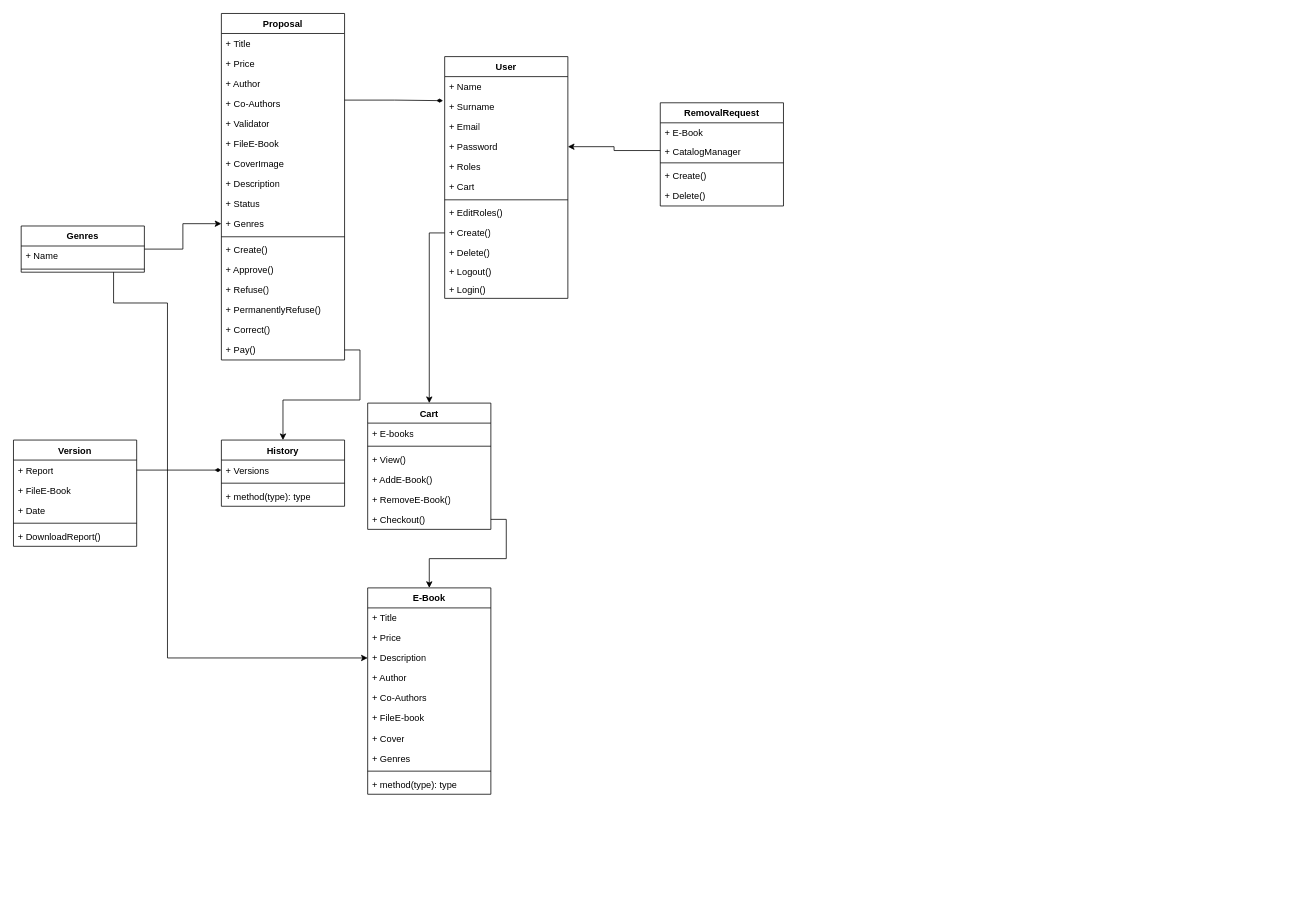
Earlier version of the draw.io diagram Deliverables/ClassDiagram.drawio (Dabi1290/BookVerse). Source tidied: cells renumbered, new cells numbered last; positions are measured from the earlier drawing's top-left corner, leaving out a move shared by most shapes. Both pictures are drawn from the tidied source at 77%, with x=0, y=0 at pixel (13, 13).
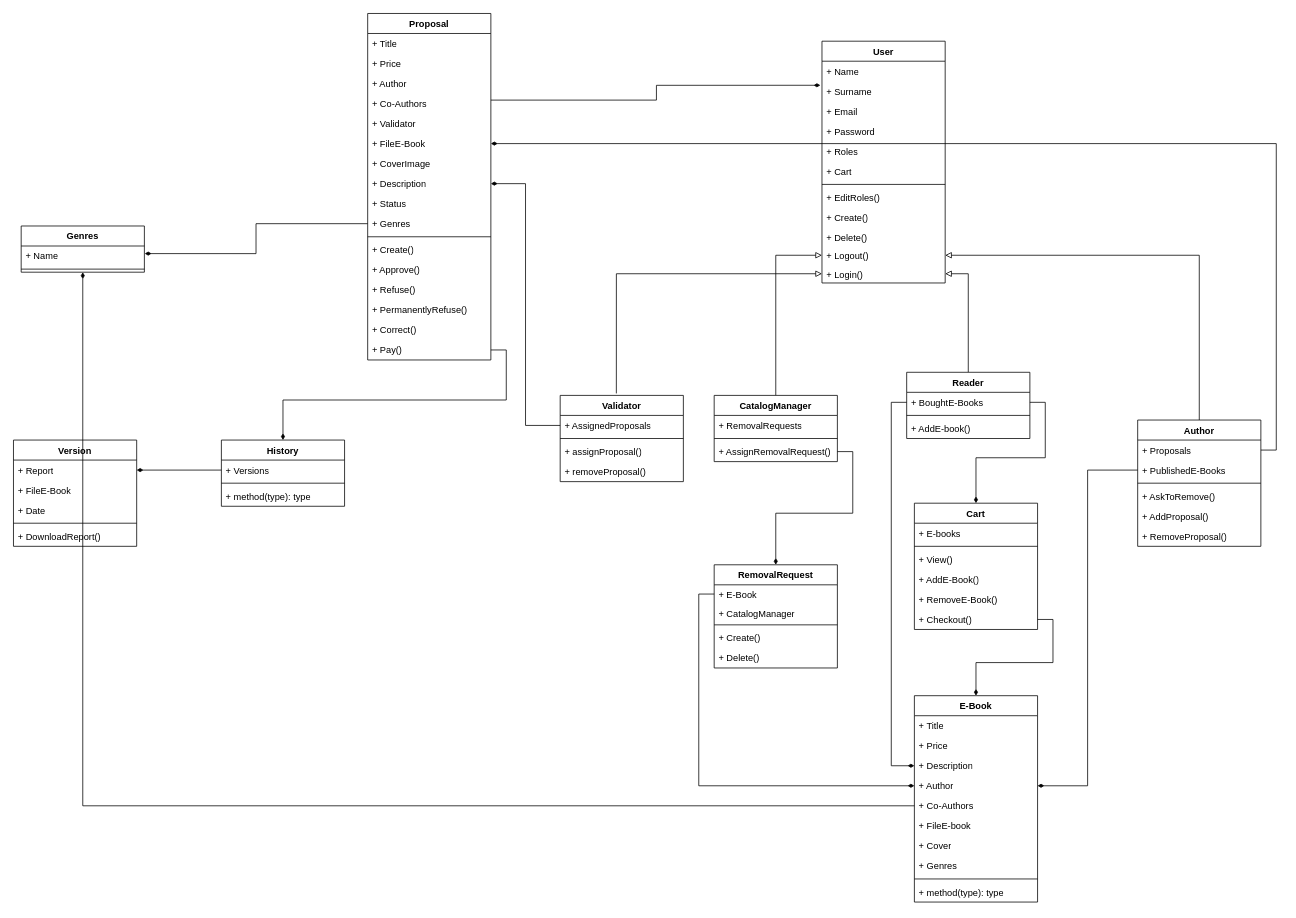
The same page after the edit.

Unchanged cells that the change refers to:
```xml
<mxCell id="8" value="+ FileE-Book" style="text;strokeColor=none;fillColor=none;align=left;verticalAlign=top;spacingLeft=4;spacingRight=4;overflow=hidden;points=[[0,0.5],[1,0.5]];portConstraint=eastwest;whiteSpace=wrap;html=1;" parent="2" vertex="1">
  <mxGeometry y="156" width="160" height="26" as="geometry" />
</mxCell>
<mxCell id="10" value="+ Description" style="text;strokeColor=none;fillColor=none;align=left;verticalAlign=top;spacingLeft=4;spacingRight=4;overflow=hidden;points=[[0,0.5],[1,0.5]];portConstraint=eastwest;whiteSpace=wrap;html=1;" parent="2" vertex="1">
  <mxGeometry y="208" width="160" height="26" as="geometry" />
</mxCell>
<mxCell id="12" value="+ Genres" style="text;strokeColor=none;fillColor=none;align=left;verticalAlign=top;spacingLeft=4;spacingRight=4;overflow=hidden;points=[[0,0.5],[1,0.5]];portConstraint=eastwest;whiteSpace=wrap;html=1;" parent="2" vertex="1">
  <mxGeometry y="260" width="160" height="26" as="geometry" />
</mxCell>
<mxCell id="19" value="+ Pay()" style="text;strokeColor=none;fillColor=none;align=left;verticalAlign=top;spacingLeft=4;spacingRight=4;overflow=hidden;points=[[0,0.5],[1,0.5]];portConstraint=eastwest;whiteSpace=wrap;html=1;" parent="2" vertex="1">
  <mxGeometry y="424" width="160" height="26" as="geometry" />
</mxCell>
<mxCell id="20" value="History" style="swimlane;fontStyle=1;align=center;verticalAlign=top;horizontal=1;startSize=26;whiteSpace=wrap;html=1;" parent="1" vertex="1">
  <mxGeometry x="270" y="554" width="160" height="86" as="geometry" />
</mxCell>
<mxCell id="21" value="+ Versions" style="text;strokeColor=none;fillColor=none;align=left;verticalAlign=top;spacingLeft=4;spacingRight=4;overflow=hidden;points=[[0,0.5],[1,0.5]];portConstraint=eastwest;whiteSpace=wrap;html=1;" parent="20" vertex="1">
  <mxGeometry y="26" width="160" height="26" as="geometry" />
</mxCell>
<mxCell id="30" value="+ Checkout()" style="text;strokeColor=none;fillColor=none;align=left;verticalAlign=top;spacingLeft=4;spacingRight=4;overflow=hidden;points=[[0,0.5],[1,0.5]];portConstraint=eastwest;whiteSpace=wrap;html=1;" parent="24" vertex="1">
  <mxGeometry y="138" width="160" height="26" as="geometry" />
</mxCell>
<mxCell id="34" value="+ Description" style="text;strokeColor=none;fillColor=none;align=left;verticalAlign=top;spacingLeft=4;spacingRight=4;overflow=hidden;points=[[0,0.5],[1,0.5]];portConstraint=eastwest;whiteSpace=wrap;html=1;" parent="31" vertex="1">
  <mxGeometry y="78" width="160" height="26" as="geometry" />
</mxCell>
<mxCell id="35" value="+ Author" style="text;strokeColor=none;fillColor=none;align=left;verticalAlign=top;spacingLeft=4;spacingRight=4;overflow=hidden;points=[[0,0.5],[1,0.5]];portConstraint=eastwest;whiteSpace=wrap;html=1;" parent="31" vertex="1">
  <mxGeometry y="104" width="160" height="26" as="geometry" />
</mxCell>
<mxCell id="36" value="+ Co-Authors" style="text;strokeColor=none;fillColor=none;align=left;verticalAlign=top;spacingLeft=4;spacingRight=4;overflow=hidden;points=[[0,0.5],[1,0.5]];portConstraint=eastwest;whiteSpace=wrap;html=1;" parent="31" vertex="1">
  <mxGeometry y="130" width="160" height="26" as="geometry" />
</mxCell>
<mxCell id="43" value="+ E-Book" style="text;strokeColor=none;fillColor=none;align=left;verticalAlign=top;spacingLeft=4;spacingRight=4;overflow=hidden;points=[[0,0.5],[1,0.5]];portConstraint=eastwest;whiteSpace=wrap;html=1;" parent="42" vertex="1">
  <mxGeometry y="26" width="160" height="24" as="geometry" />
</mxCell>
<mxCell id="44" value="+ CatalogManager" style="text;strokeColor=none;fillColor=none;align=left;verticalAlign=top;spacingLeft=4;spacingRight=4;overflow=hidden;points=[[0,0.5],[1,0.5]];portConstraint=eastwest;whiteSpace=wrap;html=1;" parent="42" vertex="1">
  <mxGeometry y="50" width="160" height="24" as="geometry" />
</mxCell>
<mxCell id="50" value="Genres" style="swimlane;fontStyle=1;align=center;verticalAlign=top;horizontal=1;startSize=26;whiteSpace=wrap;html=1;" parent="1" vertex="1">
  <mxGeometry x="10" y="276" width="160" height="60" as="geometry" />
</mxCell>
<mxCell id="51" value="+ Name" style="text;strokeColor=none;fillColor=none;align=left;verticalAlign=top;spacingLeft=4;spacingRight=4;overflow=hidden;points=[[0,0.5],[1,0.5]];portConstraint=eastwest;whiteSpace=wrap;html=1;" parent="50" vertex="1">
  <mxGeometry y="26" width="160" height="26" as="geometry" />
</mxCell>
<mxCell id="54" value="+ Report" style="text;strokeColor=none;fillColor=none;align=left;verticalAlign=top;spacingLeft=4;spacingRight=4;overflow=hidden;points=[[0,0.5],[1,0.5]];portConstraint=eastwest;whiteSpace=wrap;html=1;" parent="53" vertex="1">
  <mxGeometry y="26" width="160" height="26" as="geometry" />
</mxCell>
<mxCell id="63" value="+ Password" style="text;strokeColor=none;fillColor=none;align=left;verticalAlign=top;spacingLeft=4;spacingRight=4;overflow=hidden;points=[[0,0.5],[1,0.5]];portConstraint=eastwest;whiteSpace=wrap;html=1;" parent="59" vertex="1">
  <mxGeometry y="104" width="160" height="26" as="geometry" />
</mxCell>
<mxCell id="68" value="+ Create()" style="text;strokeColor=none;fillColor=none;align=left;verticalAlign=top;spacingLeft=4;spacingRight=4;overflow=hidden;points=[[0,0.5],[1,0.5]];portConstraint=eastwest;whiteSpace=wrap;html=1;" parent="59" vertex="1">
  <mxGeometry y="216" width="160" height="26" as="geometry" />
</mxCell>
<mxCell id="70" value="+ Logout()" style="text;strokeColor=none;fillColor=none;align=left;verticalAlign=top;spacingLeft=4;spacingRight=4;overflow=hidden;points=[[0,0.5],[1,0.5]];portConstraint=eastwest;whiteSpace=wrap;html=1;" parent="59" vertex="1">
  <mxGeometry y="266" width="160" height="24" as="geometry" />
</mxCell>
<mxCell id="71" value="+ Login()" style="text;strokeColor=none;fillColor=none;align=left;verticalAlign=top;spacingLeft=4;spacingRight=4;overflow=hidden;points=[[0,0.5],[1,0.5]];portConstraint=eastwest;whiteSpace=wrap;html=1;" parent="59" vertex="1">
  <mxGeometry y="290" width="160" height="24" as="geometry" />
</mxCell>
```

Change to the diagram source:
```diff
@@
     <mxCell id="2" value="Proposal" style="swimlane;fontStyle=1;align=center;verticalAlign=top;horizontal=1;startSize=26;whiteSpace=wrap;html=1;" parent="1" vertex="1">
-      <mxGeometry x="270" width="160" height="450" as="geometry" />
+      <mxGeometry x="460" width="160" height="450" as="geometry" />
     </mxCell>
@@
     <mxCell id="24" value="Cart" style="swimlane;fontStyle=1;align=center;verticalAlign=top;horizontal=1;startSize=26;whiteSpace=wrap;html=1;" parent="1" vertex="1">
-      <mxGeometry x="460" y="506" width="160" height="164" as="geometry" />
+      <mxGeometry x="1170" y="636" width="160" height="164" as="geometry" />
     </mxCell>
@@
     <mxCell id="31" value="E-Book" style="swimlane;fontStyle=1;align=center;verticalAlign=top;horizontal=1;startSize=26;whiteSpace=wrap;html=1;" parent="1" vertex="1">
-      <mxGeometry x="460" y="746" width="160" height="268" as="geometry" />
+      <mxGeometry x="1170" y="886" width="160" height="268" as="geometry" />
     </mxCell>
@@
     <mxCell id="42" value="RemovalRequest" style="swimlane;fontStyle=1;align=center;verticalAlign=top;horizontal=1;startSize=26;whiteSpace=wrap;html=1;" parent="1" vertex="1">
-      <mxGeometry x="840" y="116" width="160" height="134" as="geometry" />
+      <mxGeometry x="910" y="716" width="160" height="134" as="geometry" />
     </mxCell>
@@
-    <mxCell id="48" style="edgeStyle=orthogonalEdgeStyle;rounded=0;jettySize=auto;html=1;exitX=1;exitY=0.5;exitDx=0;exitDy=0;entryX=0;entryY=0.5;entryDx=0;entryDy=0;" parent="1" edge="1" source="50" target="12">
-      <mxGeometry relative="1" as="geometry" />
-    </mxCell>
-    <mxCell id="49" style="edgeStyle=orthogonalEdgeStyle;rounded=0;jettySize=auto;html=1;exitX=0.75;exitY=1;exitDx=0;exitDy=0;entryX=0;entryY=0.5;entryDx=0;entryDy=0;" parent="1" edge="1" source="50" target="34">
-      <mxGeometry relative="1" as="geometry">
-        <Array as="points">
-          <mxPoint x="130" y="376" />
-          <mxPoint x="200" y="376" />
-          <mxPoint x="200" y="837" />
-        </Array>
-      </mxGeometry>
-    </mxCell>
@@
     <mxCell id="59" value="User" style="swimlane;fontStyle=1;align=center;verticalAlign=top;horizontal=1;startSize=26;whiteSpace=wrap;html=1;" parent="1" vertex="1">
-      <mxGeometry x="560" y="56" width="160" height="314" as="geometry" />
+      <mxGeometry x="1050" y="36" width="160" height="314" as="geometry" />
     </mxCell>
@@
-    <mxCell id="72" style="edgeStyle=orthogonalEdgeStyle;rounded=0;jettySize=auto;html=1;entryX=0;entryY=0.5;entryDx=0;entryDy=0;endArrow=diamondThin;endFill=1;exitX=1;exitY=0.5;exitDx=0;exitDy=0;" parent="1" edge="1" source="54" target="21">
-      <mxGeometry relative="1" as="geometry" />
-    </mxCell>
@@
-    <mxCell id="74" style="edgeStyle=orthogonalEdgeStyle;rounded=0;jettySize=auto;html=1;exitX=1;exitY=0.5;exitDx=0;exitDy=0;entryX=0.5;entryY=0;entryDx=0;entryDy=0;" parent="1" edge="1" source="19" target="20">
+    <mxCell id="74" style="edgeStyle=orthogonalEdgeStyle;rounded=0;jettySize=auto;html=1;exitX=1;exitY=0.5;exitDx=0;exitDy=0;entryX=0.5;entryY=0;entryDx=0;entryDy=0;endArrow=diamondThin;endFill=1;" parent="1" edge="1" source="19" target="20">
       <mxGeometry relative="1" as="geometry" />
     </mxCell>
-    <mxCell id="75" style="edgeStyle=orthogonalEdgeStyle;rounded=0;jettySize=auto;html=1;exitX=0;exitY=0.5;exitDx=0;exitDy=0;entryX=0.5;entryY=0;entryDx=0;entryDy=0;" parent="1" edge="1" source="68" target="24">
-      <mxGeometry relative="1" as="geometry" />
-    </mxCell>
-    <mxCell id="76" style="edgeStyle=orthogonalEdgeStyle;rounded=0;jettySize=auto;html=1;exitX=1;exitY=0.5;exitDx=0;exitDy=0;entryX=0.5;entryY=0;entryDx=0;entryDy=0;" parent="1" edge="1" source="30" target="31">
+    <mxCell id="76" style="edgeStyle=orthogonalEdgeStyle;rounded=0;jettySize=auto;html=1;exitX=1;exitY=0.5;exitDx=0;exitDy=0;entryX=0.5;entryY=0;entryDx=0;entryDy=0;endArrow=diamondThin;endFill=1;" parent="1" edge="1" source="30" target="31">
       <mxGeometry relative="1" as="geometry" />
     </mxCell>
-    <mxCell id="77" style="edgeStyle=orthogonalEdgeStyle;rounded=0;jettySize=auto;html=1;exitX=0;exitY=0.5;exitDx=0;exitDy=0;entryX=1;entryY=0.5;entryDx=0;entryDy=0;" parent="1" edge="1" source="44" target="63">
-      <mxGeometry relative="1" as="geometry" />
-    </mxCell>
+    <mxCell id="78" style="edgeStyle=orthogonalEdgeStyle;rounded=0;jettySize=auto;html=1;exitX=0.5;exitY=0;exitDx=0;exitDy=0;entryX=1;entryY=0.5;entryDx=0;entryDy=0;endArrow=block;endFill=0;" parent="1" edge="1" source="86" target="71">
+      <mxGeometry relative="1" as="geometry" />
+    </mxCell>
+    <mxCell id="79" style="edgeStyle=orthogonalEdgeStyle;rounded=0;jettySize=auto;html=1;exitX=0.5;exitY=0;exitDx=0;exitDy=0;entryX=1;entryY=0.5;entryDx=0;entryDy=0;endArrow=block;endFill=0;" parent="1" edge="1" source="90" target="70">
+      <mxGeometry relative="1" as="geometry" />
+    </mxCell>
+    <mxCell id="80" style="edgeStyle=orthogonalEdgeStyle;rounded=0;jettySize=auto;html=1;exitX=0.456;exitY=-0.023;exitDx=0;exitDy=0;entryX=0;entryY=0.5;entryDx=0;entryDy=0;endArrow=block;endFill=0;exitPerimeter=0;" parent="1" edge="1" source="81" target="71">
+      <mxGeometry relative="1" as="geometry" />
+    </mxCell>
+    <mxCell id="81" value="Validator" style="swimlane;fontStyle=1;align=center;verticalAlign=top;horizontal=1;startSize=26;whiteSpace=wrap;html=1;" parent="1" vertex="1">
+      <mxGeometry x="710" y="496" width="160" height="112" as="geometry" />
+    </mxCell>
+    <mxCell id="82" value="+ AssignedProposals" style="text;strokeColor=none;fillColor=none;align=left;verticalAlign=top;spacingLeft=4;spacingRight=4;overflow=hidden;points=[[0,0.5],[1,0.5]];portConstraint=eastwest;whiteSpace=wrap;html=1;" parent="81" vertex="1">
+      <mxGeometry y="26" width="160" height="26" as="geometry" />
+    </mxCell>
+    <mxCell id="83" style="line;strokeWidth=1;fillColor=none;align=left;verticalAlign=middle;spacingTop=-1;spacingLeft=3;spacingRight=3;labelPosition=right;strokeColor=inherit;" parent="81" vertex="1">
+      <mxGeometry y="52" width="160" height="8" as="geometry" />
+    </mxCell>
+    <mxCell id="84" value="+ assignProposal()" style="text;strokeColor=none;fillColor=none;align=left;verticalAlign=top;spacingLeft=4;spacingRight=4;overflow=hidden;whiteSpace=wrap;html=1;" parent="81" vertex="1">
+      <mxGeometry y="60" width="160" height="26" as="geometry" />
+    </mxCell>
+    <mxCell id="85" value="+ removeProposal()" style="text;strokeColor=none;fillColor=none;align=left;verticalAlign=top;spacingLeft=4;spacingRight=4;overflow=hidden;whiteSpace=wrap;html=1;" parent="81" vertex="1">
+      <mxGeometry y="86" width="160" height="26" as="geometry" />
+    </mxCell>
+    <mxCell id="86" value="Reader" style="swimlane;fontStyle=1;align=center;verticalAlign=top;horizontal=1;startSize=26;whiteSpace=wrap;html=1;" parent="1" vertex="1">
+      <mxGeometry x="1160" y="466" width="160" height="86" as="geometry" />
+    </mxCell>
+    <mxCell id="87" value="+ BoughtE-Books" style="text;strokeColor=none;fillColor=none;align=left;verticalAlign=top;spacingLeft=4;spacingRight=4;overflow=hidden;points=[[0,0.5],[1,0.5]];portConstraint=eastwest;whiteSpace=wrap;html=1;" parent="86" vertex="1">
+      <mxGeometry y="26" width="160" height="26" as="geometry" />
+    </mxCell>
+    <mxCell id="88" style="line;strokeWidth=1;fillColor=none;align=left;verticalAlign=middle;spacingTop=-1;spacingLeft=3;spacingRight=3;labelPosition=right;strokeColor=inherit;" parent="86" vertex="1">
+      <mxGeometry y="52" width="160" height="8" as="geometry" />
+    </mxCell>
+    <mxCell id="89" value="+ AddE-book()" style="text;strokeColor=none;fillColor=none;align=left;verticalAlign=top;spacingLeft=4;spacingRight=4;overflow=hidden;whiteSpace=wrap;html=1;" parent="86" vertex="1">
+      <mxGeometry y="60" width="160" height="26" as="geometry" />
+    </mxCell>
+    <mxCell id="90" value="Author" style="swimlane;fontStyle=1;align=center;verticalAlign=top;horizontal=1;startSize=26;whiteSpace=wrap;html=1;" parent="1" vertex="1">
+      <mxGeometry x="1460" y="528" width="160" height="164" as="geometry" />
+    </mxCell>
+    <mxCell id="91" value="+ Proposals" style="text;strokeColor=none;fillColor=none;align=left;verticalAlign=top;spacingLeft=4;spacingRight=4;overflow=hidden;points=[[0,0.5],[1,0.5]];portConstraint=eastwest;whiteSpace=wrap;html=1;" parent="90" vertex="1">
+      <mxGeometry y="26" width="160" height="26" as="geometry" />
+    </mxCell>
+    <mxCell id="92" value="+ PublishedE-Books" style="text;strokeColor=none;fillColor=none;align=left;verticalAlign=top;spacingLeft=4;spacingRight=4;overflow=hidden;points=[[0,0.5],[1,0.5]];portConstraint=eastwest;whiteSpace=wrap;html=1;" parent="90" vertex="1">
+      <mxGeometry y="52" width="160" height="26" as="geometry" />
+    </mxCell>
+    <mxCell id="93" style="line;strokeWidth=1;fillColor=none;align=left;verticalAlign=middle;spacingTop=-1;spacingLeft=3;spacingRight=3;labelPosition=right;strokeColor=inherit;" parent="90" vertex="1">
+      <mxGeometry y="78" width="160" height="8" as="geometry" />
+    </mxCell>
+    <mxCell id="94" value="+ AskToRemove()" style="text;strokeColor=none;fillColor=none;align=left;verticalAlign=top;spacingLeft=4;spacingRight=4;overflow=hidden;whiteSpace=wrap;html=1;" parent="90" vertex="1">
+      <mxGeometry y="86" width="160" height="26" as="geometry" />
+    </mxCell>
+    <mxCell id="95" value="+ AddProposal()" style="text;strokeColor=none;fillColor=none;align=left;verticalAlign=top;spacingLeft=4;spacingRight=4;overflow=hidden;whiteSpace=wrap;html=1;" parent="90" vertex="1">
+      <mxGeometry y="112" width="160" height="26" as="geometry" />
+    </mxCell>
+    <mxCell id="96" value="+ RemoveProposal()" style="text;strokeColor=none;fillColor=none;align=left;verticalAlign=top;spacingLeft=4;spacingRight=4;overflow=hidden;whiteSpace=wrap;html=1;" parent="90" vertex="1">
+      <mxGeometry y="138" width="160" height="26" as="geometry" />
+    </mxCell>
+    <mxCell id="97" style="edgeStyle=orthogonalEdgeStyle;rounded=0;jettySize=auto;html=1;exitX=0.5;exitY=0;exitDx=0;exitDy=0;entryX=0;entryY=0.5;entryDx=0;entryDy=0;endArrow=block;endFill=0;" parent="1" edge="1" source="98" target="70">
+      <mxGeometry relative="1" as="geometry" />
+    </mxCell>
+    <mxCell id="98" value="CatalogManager" style="swimlane;fontStyle=1;align=center;verticalAlign=top;horizontal=1;startSize=26;whiteSpace=wrap;html=1;" parent="1" vertex="1">
+      <mxGeometry x="910" y="496" width="160" height="86" as="geometry" />
+    </mxCell>
+    <mxCell id="99" value="+ RemovalRequests" style="text;strokeColor=none;fillColor=none;align=left;verticalAlign=top;spacingLeft=4;spacingRight=4;overflow=hidden;whiteSpace=wrap;html=1;" parent="98" vertex="1">
+      <mxGeometry y="26" width="160" height="26" as="geometry" />
+    </mxCell>
+    <mxCell id="100" style="line;strokeWidth=1;fillColor=none;align=left;verticalAlign=middle;spacingTop=-1;spacingLeft=3;spacingRight=3;labelPosition=right;strokeColor=inherit;" parent="98" vertex="1">
+      <mxGeometry y="52" width="160" height="8" as="geometry" />
+    </mxCell>
+    <mxCell id="101" value="+ AssignRemovalRequest()" style="text;strokeColor=none;fillColor=none;align=left;verticalAlign=top;spacingLeft=4;spacingRight=4;overflow=hidden;points=[[0,0.5],[1,0.5]];portConstraint=eastwest;whiteSpace=wrap;html=1;" parent="98" vertex="1">
+      <mxGeometry y="60" width="160" height="26" as="geometry" />
+    </mxCell>
+    <mxCell id="102" style="edgeStyle=orthogonalEdgeStyle;rounded=0;jettySize=auto;html=1;exitX=0;exitY=0.5;exitDx=0;exitDy=0;entryX=0;entryY=0.5;entryDx=0;entryDy=0;endArrow=diamondThin;endFill=1;" parent="1" edge="1" source="87" target="34">
+      <mxGeometry relative="1" as="geometry" />
+    </mxCell>
+    <mxCell id="103" style="edgeStyle=orthogonalEdgeStyle;rounded=0;jettySize=auto;html=1;exitX=1;exitY=0.5;exitDx=0;exitDy=0;entryX=0.5;entryY=0;entryDx=0;entryDy=0;endArrow=diamondThin;endFill=1;" parent="1" edge="1" source="87" target="24">
+      <mxGeometry relative="1" as="geometry" />
+    </mxCell>
+    <mxCell id="104" style="edgeStyle=orthogonalEdgeStyle;rounded=0;jettySize=auto;html=1;exitX=0;exitY=0.5;exitDx=0;exitDy=0;entryX=0.5;entryY=1;entryDx=0;entryDy=0;endArrow=diamondThin;endFill=1;" parent="1" edge="1" source="36" target="50">
+      <mxGeometry relative="1" as="geometry">
+        <Array as="points">
+          <mxPoint x="90" y="1029" />
+        </Array>
+      </mxGeometry>
+    </mxCell>
+    <mxCell id="105" style="edgeStyle=orthogonalEdgeStyle;rounded=0;jettySize=auto;html=1;exitX=0;exitY=0.5;exitDx=0;exitDy=0;entryX=0;entryY=0.5;entryDx=0;entryDy=0;endArrow=diamondThin;endFill=1;" parent="1" edge="1" source="43" target="35">
+      <mxGeometry relative="1" as="geometry" />
+    </mxCell>
+    <mxCell id="106" style="edgeStyle=orthogonalEdgeStyle;rounded=0;jettySize=auto;html=1;exitX=0;exitY=0.5;exitDx=0;exitDy=0;entryX=1.003;entryY=0.379;entryDx=0;entryDy=0;entryPerimeter=0;endArrow=diamondThin;endFill=1;" parent="1" edge="1" source="12" target="51">
+      <mxGeometry relative="1" as="geometry" />
+    </mxCell>
+    <mxCell id="107" style="edgeStyle=orthogonalEdgeStyle;rounded=0;jettySize=auto;html=1;exitX=0;exitY=0.5;exitDx=0;exitDy=0;entryX=1;entryY=0.5;entryDx=0;entryDy=0;endArrow=diamondThin;endFill=1;" parent="1" edge="1" source="21" target="54">
+      <mxGeometry relative="1" as="geometry" />
+    </mxCell>
+    <mxCell id="108" style="edgeStyle=orthogonalEdgeStyle;rounded=0;jettySize=auto;html=1;exitX=1;exitY=0.5;exitDx=0;exitDy=0;entryX=0.5;entryY=0;entryDx=0;entryDy=0;endArrow=diamondThin;endFill=1;" parent="1" edge="1" source="101" target="42">
+      <mxGeometry relative="1" as="geometry" />
+    </mxCell>
+    <mxCell id="109" style="edgeStyle=orthogonalEdgeStyle;rounded=0;jettySize=auto;html=1;exitX=1;exitY=0.5;exitDx=0;exitDy=0;entryX=1;entryY=0.5;entryDx=0;entryDy=0;endArrow=diamondThin;endFill=1;" parent="1" edge="1" source="91" target="8">
+      <mxGeometry relative="1" as="geometry" />
+    </mxCell>
+    <mxCell id="110" style="edgeStyle=orthogonalEdgeStyle;rounded=0;jettySize=auto;html=1;exitX=0;exitY=0.5;exitDx=0;exitDy=0;entryX=1;entryY=0.5;entryDx=0;entryDy=0;endArrow=diamondThin;endFill=1;" parent="1" edge="1" source="92" target="35">
+      <mxGeometry relative="1" as="geometry" />
+    </mxCell>
+    <mxCell id="111" style="edgeStyle=orthogonalEdgeStyle;rounded=0;jettySize=auto;html=1;exitX=0;exitY=0.5;exitDx=0;exitDy=0;entryX=1;entryY=0.5;entryDx=0;entryDy=0;endArrow=diamondThin;endFill=1;" parent="1" edge="1" source="82" target="10">
+      <mxGeometry relative="1" as="geometry" />
+    </mxCell>
```
